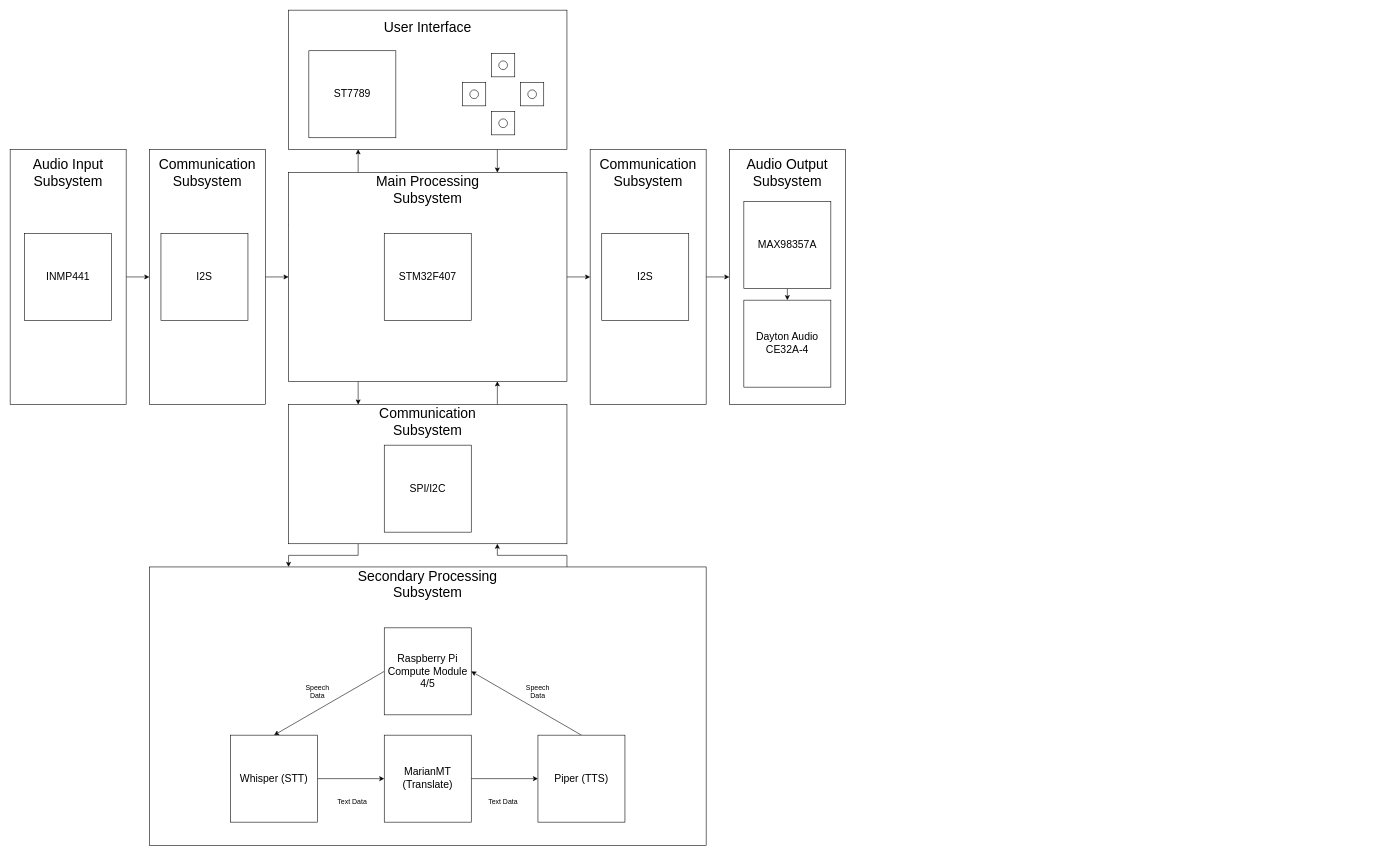
Above: translator.drawio in zobuj/PortableOfflineTranslator (draw.io), before the change. Source tidied: cells renumbered, new cells numbered last; positions are measured from the earlier drawing's top-left corner, leaving out a move shared by most shapes. Both pictures are drawn from the tidied source at 58%, with x=0, y=0 at pixel (10, 10).
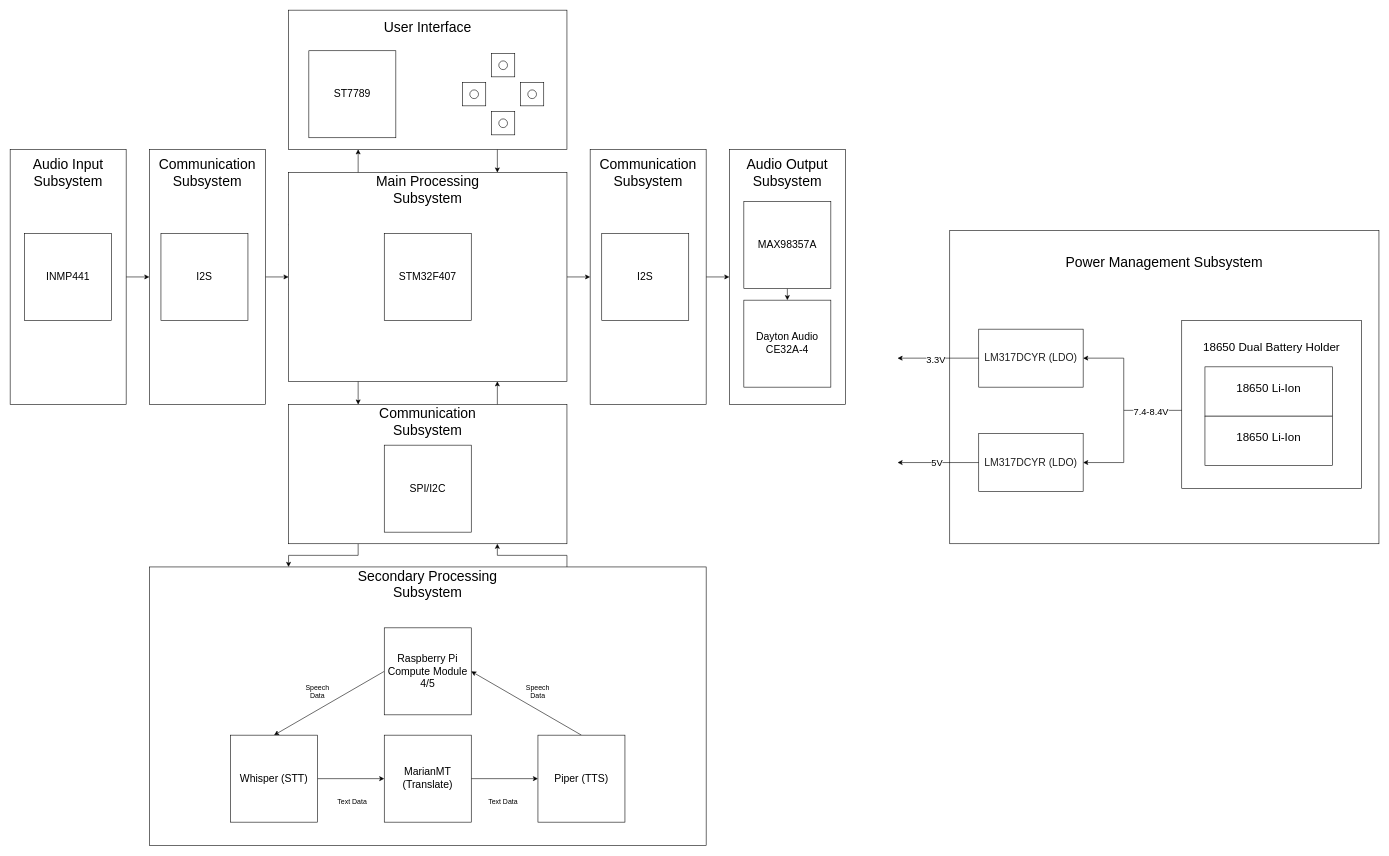
Above is the later version.

What changed in the source:
```diff
@@
+    <mxCell id="58" style="rounded=0;whiteSpace=wrap;html=1;" parent="1" vertex="1">
+      <mxGeometry x="1620" y="380" width="740" height="540" as="geometry" />
+    </mxCell>
+    <mxCell id="59" value="&lt;span style=&quot;font-size: 24px;&quot;&gt;Power Management Subsystem&lt;/span&gt;" style="text;html=1;align=center;verticalAlign=middle;whiteSpace=wrap;rounded=0;" parent="1" vertex="1">
+      <mxGeometry x="1695" y="400" width="590" height="70" as="geometry" />
+    </mxCell>
+    <mxCell id="60" style="whiteSpace=wrap;html=1;" parent="1" vertex="1">
+      <mxGeometry x="2020" y="535" width="310" height="290" as="geometry" />
+    </mxCell>
+    <mxCell id="61" value="&lt;h1 style=&quot;-webkit-font-smoothing: antialiased; margin-top: 0px; font-weight: var(--heading-font-weight); margin-bottom: 14px; line-height: 1.43; text-align: start; background-color: rgb(255, 255, 255); box-sizing: border-box !important;&quot; class=&quot;product-meta__title heading h1&quot;&gt;&lt;font face=&quot;Helvetica&quot; style=&quot;font-size: 20px;&quot;&gt;18650 Li-Ion&lt;/font&gt;&lt;/h1&gt;" style="whiteSpace=wrap;html=1;" parent="1" vertex="1">
+      <mxGeometry x="2060" y="615" width="220" height="85" as="geometry" />
+    </mxCell>
+    <mxCell id="62" value="&lt;h1 style=&quot;-webkit-font-smoothing: antialiased; margin-top: 0px; font-weight: var(--heading-font-weight); margin-bottom: 14px; line-height: 1.43; text-align: start; background-color: rgb(255, 255, 255); box-sizing: border-box !important;&quot; class=&quot;product-meta__title heading h1&quot;&gt;&lt;font style=&quot;font-size: 20px;&quot;&gt;18650 Li-Ion&lt;/font&gt;&lt;/h1&gt;" style="whiteSpace=wrap;html=1;" parent="1" vertex="1">
+      <mxGeometry x="2060" y="700" width="220" height="85" as="geometry" />
+    </mxCell>
+    <mxCell id="63" value="&lt;font style=&quot;font-size: 20px;&quot;&gt;18650 Dual Battery Holder&lt;/font&gt;" style="text;html=1;align=center;verticalAlign=middle;whiteSpace=wrap;rounded=0;" parent="1" vertex="1">
+      <mxGeometry x="2020" y="545" width="310" height="70" as="geometry" />
+    </mxCell>
+    <mxCell id="64" value="&lt;h1 style=&quot;--tw-shadow: 0 0 #0000; color: rgb(34, 34, 34); display: inline-block; padding: 0px; margin: 0px; font-size: 18px; box-sizing: inherit; text-align: left; line-height: 18px; background-color: rgb(255, 255, 255); font-weight: normal;&quot; class=&quot;tss-css-tgn1kn-tdBreak-manuProductNumber&quot;&gt;&lt;font face=&quot;Helvetica&quot;&gt;LM317DCYR (LDO)&lt;/font&gt;&lt;/h1&gt;" style="rounded=0;whiteSpace=wrap;html=1;" parent="1" vertex="1">
+      <mxGeometry x="1670" y="730" width="180" height="100" as="geometry" />
+    </mxCell>
+    <mxCell id="65" value="&lt;h1 style=&quot;--tw-shadow: 0 0 #0000; color: rgb(34, 34, 34); display: inline-block; padding: 0px; margin: 0px; font-size: 18px; box-sizing: inherit; text-align: left; line-height: 18px; background-color: rgb(255, 255, 255); font-weight: normal;&quot; class=&quot;tss-css-tgn1kn-tdBreak-manuProductNumber&quot;&gt;&lt;font face=&quot;Helvetica&quot;&gt;LM317DCYR (LDO)&lt;/font&gt;&lt;/h1&gt;" style="rounded=0;whiteSpace=wrap;html=1;" parent="1" vertex="1">
+      <mxGeometry x="1670" y="550" width="180" height="100" as="geometry" />
+    </mxCell>
+    <mxCell id="66" style="endArrow=none;html=1;rounded=0;" parent="1" edge="1">
+      <mxGeometry relative="1" as="geometry">
+        <mxPoint x="1920" y="690" as="sourcePoint" />
+        <mxPoint x="2020" y="690" as="targetPoint" />
+        <Array as="points">
+          <mxPoint x="1920" y="690" />
+        </Array>
+      </mxGeometry>
+    </mxCell>
+    <mxCell id="67" value="&lt;font style=&quot;font-size: 16px;&quot;&gt;7.4-8.4V&lt;/font&gt;" style="edgeLabel;html=1;align=center;verticalAlign=middle;" parent="66" vertex="1">
+      <mxGeometry x="-0.09" y="-2" relative="1" as="geometry" />
+    </mxCell>
+    <mxCell id="68" style="endArrow=classic;html=1;rounded=0;entryX=1;entryY=0.5;entryDx=0;entryDy=0;" parent="1" edge="1" target="65">
+      <mxGeometry relative="1" as="geometry">
+        <mxPoint x="1920" y="690" as="sourcePoint" />
+        <Array as="points">
+          <mxPoint x="1920" y="600" />
+        </Array>
+      </mxGeometry>
+    </mxCell>
+    <mxCell id="69" style="endArrow=classic;html=1;rounded=0;entryX=1;entryY=0.5;entryDx=0;entryDy=0;" parent="1" edge="1">
+      <mxGeometry relative="1" as="geometry">
+        <mxPoint x="1920" y="690" as="sourcePoint" />
+        <mxPoint x="1850" y="780" as="targetPoint" />
+        <Array as="points">
+          <mxPoint x="1920" y="780" />
+        </Array>
+      </mxGeometry>
+    </mxCell>
+    <mxCell id="70" style="endArrow=classic;html=1;rounded=0;exitX=0;exitY=0.5;exitDx=0;exitDy=0;" parent="1" edge="1" source="65">
+      <mxGeometry relative="1" as="geometry">
+        <mxPoint x="1530" y="600" as="targetPoint" />
+      </mxGeometry>
+    </mxCell>
+    <mxCell id="71" value="&lt;font style=&quot;font-size: 16px;&quot;&gt;3.3V&lt;/font&gt;" style="edgeLabel;html=1;align=center;verticalAlign=middle;" parent="70" vertex="1">
+      <mxGeometry x="0.08" y="1" relative="1" as="geometry">
+        <mxPoint x="1" as="offset" />
+      </mxGeometry>
+    </mxCell>
+    <mxCell id="72" style="endArrow=classic;html=1;rounded=0;exitX=0;exitY=0.5;exitDx=0;exitDy=0;" parent="1" edge="1">
+      <mxGeometry relative="1" as="geometry">
+        <mxPoint x="1670" y="780" as="sourcePoint" />
+        <mxPoint x="1530" y="780" as="targetPoint" />
+      </mxGeometry>
+    </mxCell>
+    <mxCell id="73" value="&lt;font style=&quot;font-size: 16px;&quot;&gt;5V&lt;/font&gt;" style="edgeLabel;html=1;align=center;verticalAlign=middle;" parent="72" vertex="1">
+      <mxGeometry x="0.06" relative="1" as="geometry">
+        <mxPoint x="1" as="offset" />
+      </mxGeometry>
+    </mxCell>
```
